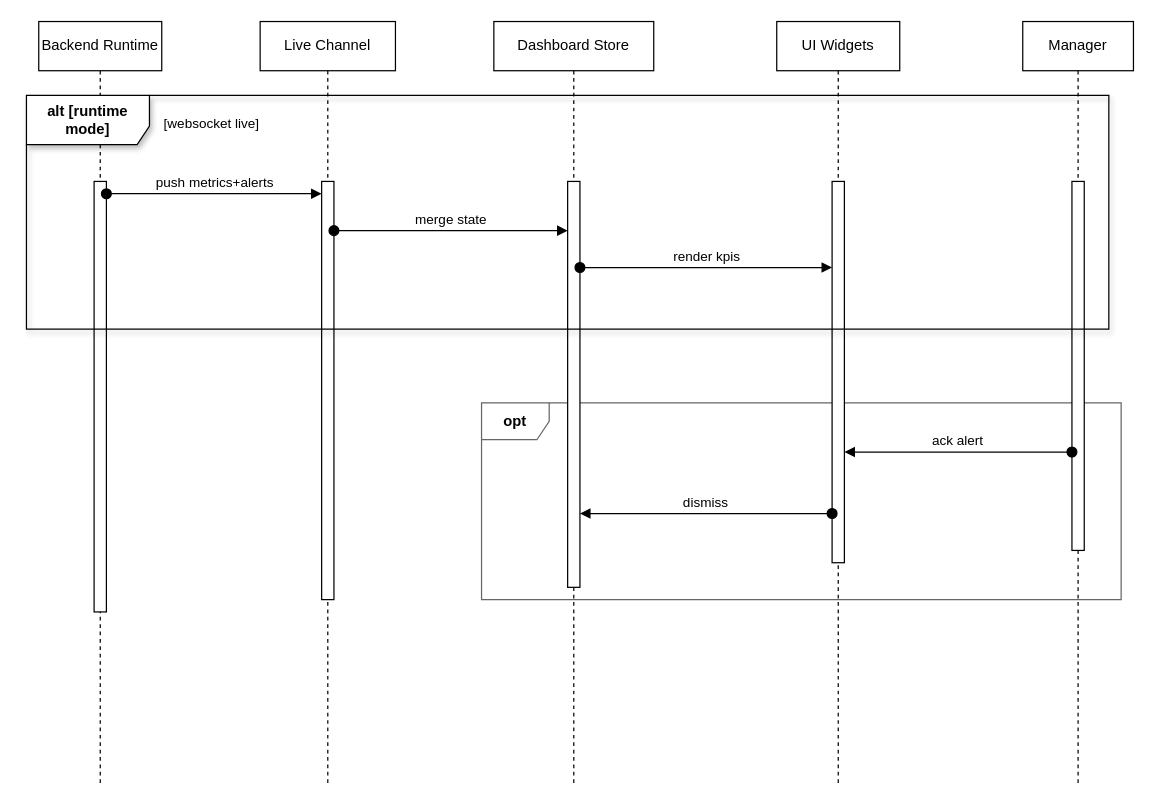
Salmen-BA21/Queue-Wait-Time-Estimation keeps this draw.io diagram as report-latex/figures/drawio/chapter5_sequence.drawio. Above is the earlier version. Source tidied: cells renumbered, new cells numbered last; positions are measured from the earlier drawing's top-left corner, leaving out a move shared by most shapes. Both pictures are drawn from the tidied source at 123%, with x=0, y=0 at pixel (26, 21).
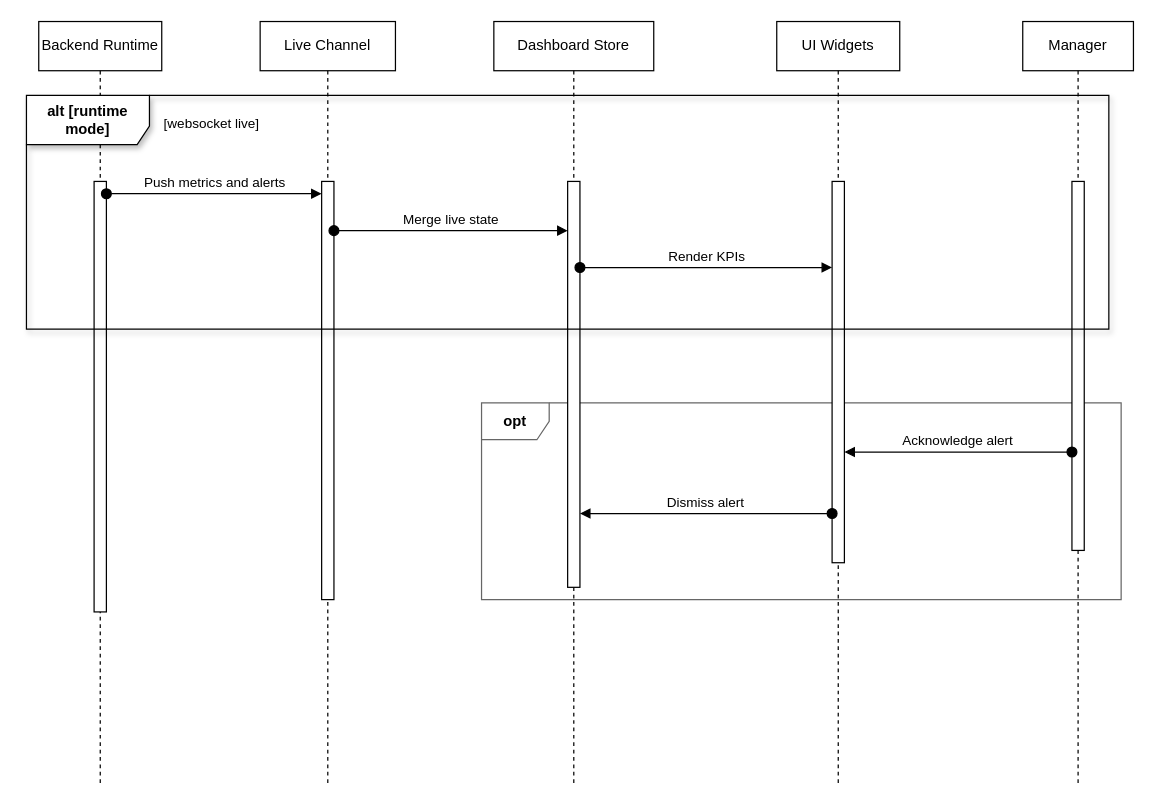
Above is the later version.

Unchanged cells that the change refers to:
```xml
<mxCell id="4" style="html=1;points=[];perimeter=orthogonalPerimeter;outlineConnect=0;targetShapes=umlLifeline;portConstraint=eastwest;newEdgeStyle={&quot;edgeStyle&quot;:&quot;elbowEdgeStyle&quot;,&quot;elbow&quot;:&quot;vertical&quot;,&quot;curved&quot;:0,&quot;rounded&quot;:0};" parent="3" vertex="1">
  <mxGeometry x="45" y="130" width="10" height="350" as="geometry" />
</mxCell>
<mxCell id="6" style="html=1;points=[];perimeter=orthogonalPerimeter;outlineConnect=0;targetShapes=umlLifeline;portConstraint=eastwest;newEdgeStyle={&quot;edgeStyle&quot;:&quot;elbowEdgeStyle&quot;,&quot;elbow&quot;:&quot;vertical&quot;,&quot;curved&quot;:0,&quot;rounded&quot;:0};" parent="5" vertex="1">
  <mxGeometry x="50" y="130" width="10" height="340" as="geometry" />
</mxCell>
<mxCell id="8" style="html=1;points=[];perimeter=orthogonalPerimeter;outlineConnect=0;targetShapes=umlLifeline;portConstraint=eastwest;newEdgeStyle={&quot;edgeStyle&quot;:&quot;elbowEdgeStyle&quot;,&quot;elbow&quot;:&quot;vertical&quot;,&quot;curved&quot;:0,&quot;rounded&quot;:0};" parent="7" vertex="1">
  <mxGeometry x="60" y="130" width="10" height="330" as="geometry" />
</mxCell>
<mxCell id="10" style="html=1;points=[];perimeter=orthogonalPerimeter;outlineConnect=0;targetShapes=umlLifeline;portConstraint=eastwest;newEdgeStyle={&quot;edgeStyle&quot;:&quot;elbowEdgeStyle&quot;,&quot;elbow&quot;:&quot;vertical&quot;,&quot;curved&quot;:0,&quot;rounded&quot;:0};" parent="9" vertex="1">
  <mxGeometry x="45" y="130" width="10" height="310" as="geometry" />
</mxCell>
<mxCell id="12" style="html=1;points=[];perimeter=orthogonalPerimeter;outlineConnect=0;targetShapes=umlLifeline;portConstraint=eastwest;newEdgeStyle={&quot;edgeStyle&quot;:&quot;elbowEdgeStyle&quot;,&quot;elbow&quot;:&quot;vertical&quot;,&quot;curved&quot;:0,&quot;rounded&quot;:0};" parent="11" vertex="1">
  <mxGeometry x="40" y="130" width="10" height="300" as="geometry" />
</mxCell>
```

Diff of the diagram source:
```diff
@@
-    <mxCell id="13" value="push metrics+alerts" style="html=1;verticalAlign=bottom;startArrow=oval;endArrow=block;startSize=8;edgeStyle=elbowEdgeStyle;elbow=vertical;curved=0;rounded=0;" parent="1" edge="1" source="4" target="6">
+    <mxCell id="13" value="Push metrics and alerts" style="html=1;verticalAlign=bottom;startArrow=oval;endArrow=block;startSize=8;edgeStyle=elbowEdgeStyle;elbow=vertical;curved=0;rounded=0;" parent="1" edge="1" source="4" target="6">
       <mxGeometry relative="1" as="geometry">
         <Array as="points">
           <mxPoint x="170" y="140" />
         </Array>
       </mxGeometry>
     </mxCell>
-    <mxCell id="14" value="merge state" style="html=1;verticalAlign=bottom;startArrow=oval;endArrow=block;startSize=8;edgeStyle=elbowEdgeStyle;elbow=vertical;curved=0;rounded=0;" parent="1" edge="1" source="6" target="8">
+    <mxCell id="14" value="Merge live state" style="html=1;verticalAlign=bottom;startArrow=oval;endArrow=block;startSize=8;edgeStyle=elbowEdgeStyle;elbow=vertical;curved=0;rounded=0;" parent="1" edge="1" source="6" target="8">
       <mxGeometry relative="1" as="geometry">
         <Array as="points">
           <mxPoint x="350" y="170" />
         </Array>
       </mxGeometry>
     </mxCell>
-    <mxCell id="15" value="render kpis" style="html=1;verticalAlign=bottom;startArrow=oval;endArrow=block;startSize=8;edgeStyle=elbowEdgeStyle;elbow=vertical;curved=0;rounded=0;" parent="1" edge="1" source="8" target="10">
+    <mxCell id="15" value="Render KPIs" style="html=1;verticalAlign=bottom;startArrow=oval;endArrow=block;startSize=8;edgeStyle=elbowEdgeStyle;elbow=vertical;curved=0;rounded=0;" parent="1" edge="1" source="8" target="10">
       <mxGeometry relative="1" as="geometry">
         <Array as="points">
           <mxPoint x="553" y="200" />
         </Array>
       </mxGeometry>
     </mxCell>
-    <mxCell id="16" value="ack alert" style="html=1;verticalAlign=bottom;startArrow=oval;endArrow=block;startSize=8;edgeStyle=elbowEdgeStyle;elbow=vertical;curved=0;rounded=0;" parent="1" edge="1" source="12" target="10">
+    <mxCell id="16" value="Acknowledge alert" style="html=1;verticalAlign=bottom;startArrow=oval;endArrow=block;startSize=8;edgeStyle=elbowEdgeStyle;elbow=vertical;curved=0;rounded=0;" parent="1" edge="1" source="12" target="10">
       <mxGeometry relative="1" as="geometry">
         <Array as="points">
           <mxPoint x="750" y="350" />
         </Array>
       </mxGeometry>
     </mxCell>
-    <mxCell id="17" value="dismiss" style="html=1;verticalAlign=bottom;startArrow=oval;endArrow=block;startSize=8;edgeStyle=elbowEdgeStyle;elbow=vertical;curved=0;rounded=0;" parent="1" edge="1" source="10" target="8">
+    <mxCell id="17" value="Dismiss alert" style="html=1;verticalAlign=bottom;startArrow=oval;endArrow=block;startSize=8;edgeStyle=elbowEdgeStyle;elbow=vertical;curved=0;rounded=0;" parent="1" edge="1" source="10" target="8">
       <mxGeometry relative="1" as="geometry">
         <Array as="points">
           <mxPoint x="550" y="400" />
         </Array>
       </mxGeometry>
     </mxCell>
```
